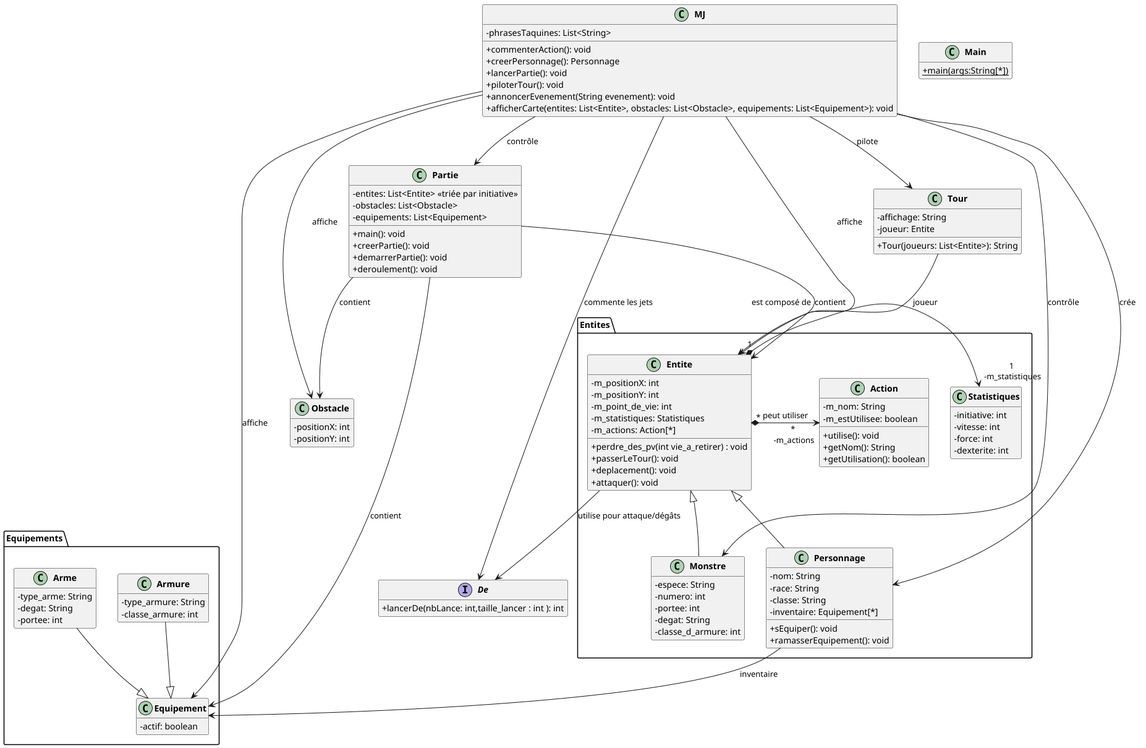
Lejo54/DnD_POO keeps this PlantUML diagram as uml/semaine1.png. Above is the earlier version.
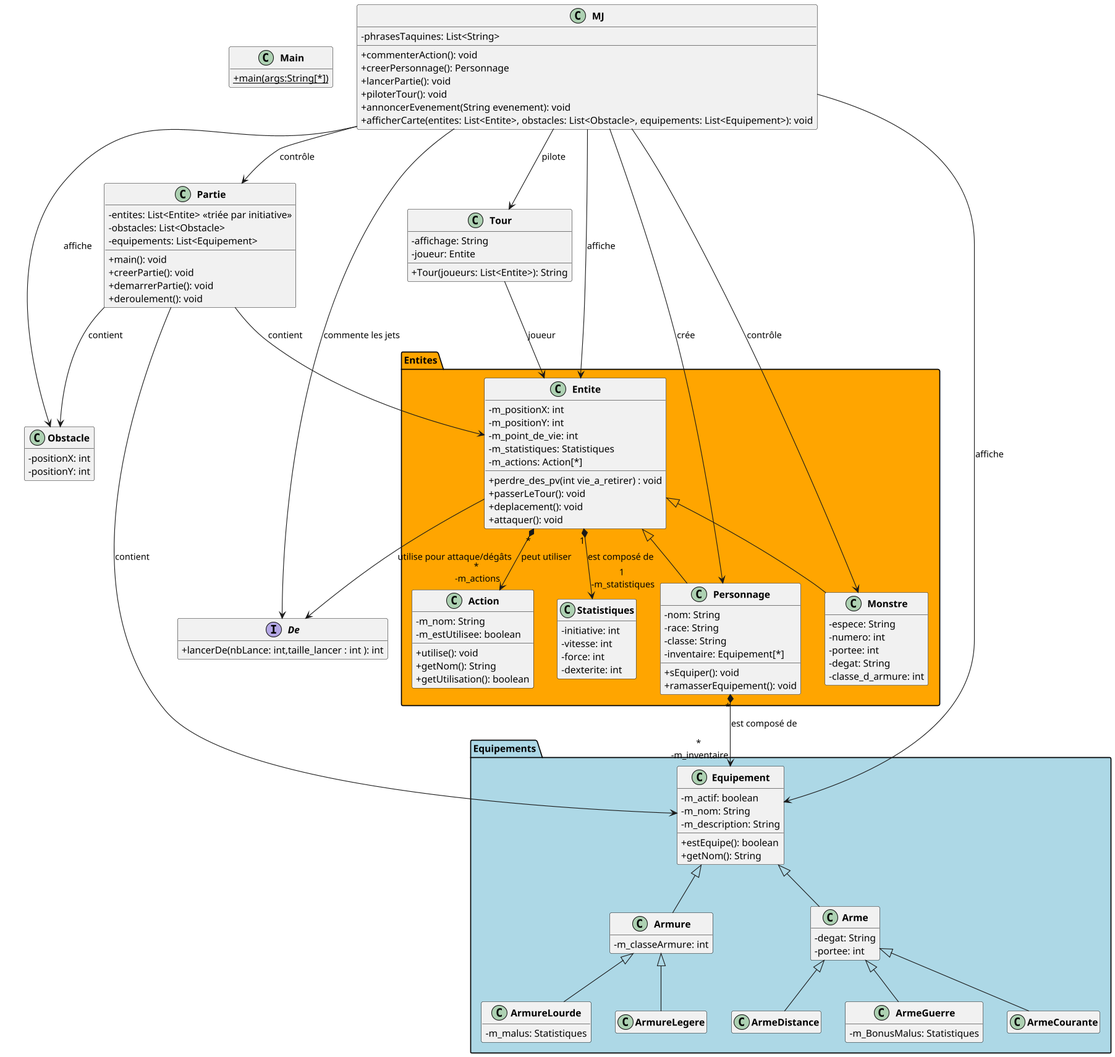
After the commit.

Commit message:
update uml: remise au propre Entité/Equipement

Change to the diagram source:
```diff
@@ -8,7 +8,7 @@
     +{static} main(args:String[*])
 }
 
-package Entites {
+package Entites #Orange{
     class Entite {
       - m_positionX: int
       - m_positionY: int
@@ -50,26 +50,42 @@
       - degat: String
       - classe_d_armure: int
     }
-  Entite "1" *-> "1\n -m_statistiques" Statistiques : est composé de
-  Entite "*" *-> "*\n -m_actions" Action: peut utiliser
+  Entite "1" *--> "1\n -m_statistiques" Statistiques : est composé de
+  Entite "*" *--> "*\n -m_actions" Action: peut utiliser
 }
 
-package Equipements {
-class Equipement {
-  - actif: boolean
+package Equipements #LightBlue{
+
+    class Equipement {
+      - m_actif: boolean
+      - m_nom: String
+      - m_description: String
+      + estEquipe(): boolean
+      + getNom(): String
+    }
+
+    class Armure extends Equipement {
+      - m_classeArmure: int
+    }
+    class ArmureLourde extends Armure{
+      - m_malus: Statistiques
+    }
+    class ArmureLegere extends Armure{
+    }
+
+    class Arme extends Equipement {
+      - degat: String
+      - portee: int
+    }
+    class ArmeGuerre extends Arme{
+      - m_BonusMalus: Statistiques
+    }
+    class ArmeCourante extends Arme{
+    }
+    class ArmeDistance extends Arme{
+    }
 }
-
-class Armure {
-  - type_armure: String
-  - classe_armure: int
-}
-
-class Arme {
-  - type_arme: String
-  - degat: String
-  - portee: int
-}
-}
+Personnage "*" *--> "*\n -m_inventaire" Equipement: est composé de
 
 class Obstacle {
   - positionX: int
@@ -106,9 +122,6 @@
   + afficherCarte(entites: List<Entite>, obstacles: List<Obstacle>, equipements: List<Equipement>): void
 }
 
-Arme --|> Equipement
-Armure --|> Equipement
-
 MJ --> Personnage : crée
 MJ --> Partie : contrôle
 MJ --> Tour : pilote
@@ -121,7 +134,6 @@
 Partie --> Entite : contient
 Partie --> Obstacle : contient
 Partie --> Equipement : contient
-Personnage --> Equipement : inventaire
 Entite --> De : utilise pour attaque/dégâts
 
 
```
